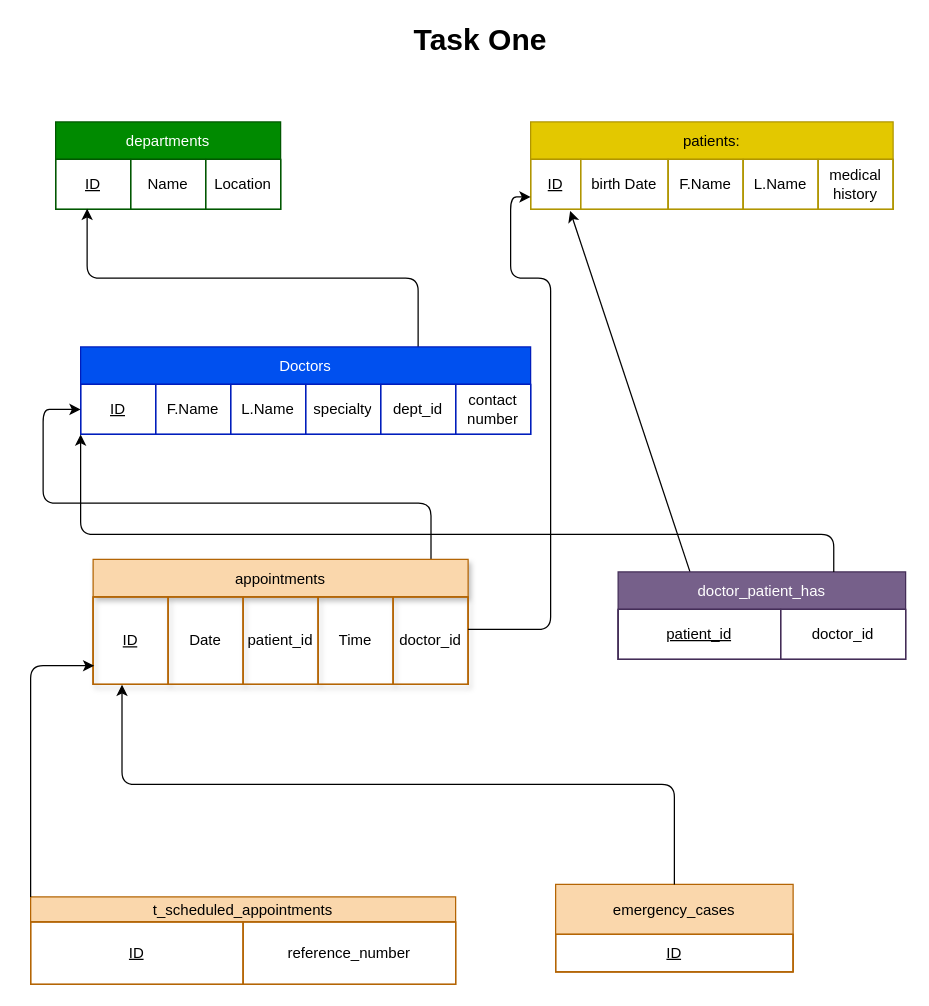
Earlier version of the draw.io diagram Mapping/task_1..drawio (mariamnabeh/Database-ERD-EERD-Models). Source tidied: cells renumbered, new cells numbered last; positions are measured from the earlier drawing's top-left corner, leaving out a move shared by most shapes. Both pictures are drawn from the tidied source at 125%, with x=0, y=0 at pixel (30, 21).
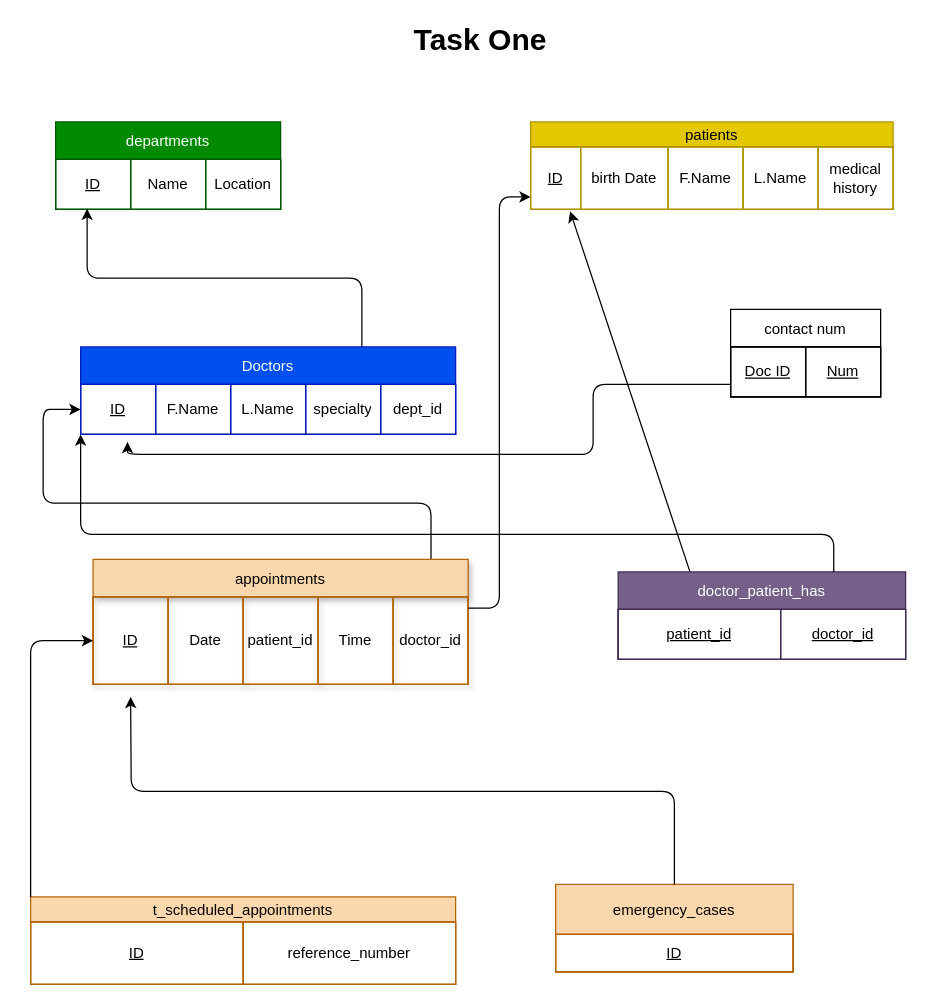
Above is the later version.

The change refers to these unchanged cells:
```xml
<mxCell id="25" style="shape=tableRow;horizontal=0;startSize=0;swimlaneHead=0;swimlaneBody=0;strokeColor=inherit;fillColor=none;fixedHeader=1;" parent="24" vertex="1">
  <mxGeometry y="30" width="230" height="40" as="geometry" />
</mxCell>
<mxCell id="31" style="shape=tableRow;horizontal=0;startSize=0;swimlaneHead=0;swimlaneBody=0;strokeColor=inherit;fillColor=none;points=[[0,0.5],[1,0.5]];portConstraint=eastwest;fixedHeader=1;" parent="30" vertex="1">
  <mxGeometry y="30" width="300" height="70" as="geometry" />
</mxCell>
<mxCell id="37" value="emergency_cases" style="shape=table;startSize=40;childLayout=tableLayout;fixedHeader=1;tableRender=collapsed;fillColor=#fad7ac;strokeColor=#b46504;" parent="1" vertex="1">
  <mxGeometry x="420" y="690" width="190" height="70" as="geometry" />
</mxCell>
<mxCell id="41" value="t_scheduled_appointments" style="shape=table;startSize=20;childLayout=tableLayout;fixedHeader=1;tableRender=collapsed;fillColor=#fad7ac;strokeColor=#b46504;" parent="1" vertex="1">
  <mxGeometry y="700" width="340" height="70" as="geometry" />
</mxCell>
```

What changed in the source:
```diff
@@
     <mxCell id="8" value="Doctors" style="shape=table;startSize=30;childLayout=tableLayout;fixedHeader=1;tableRender=collapsed;fillColor=#0050ef;fontColor=#ffffff;strokeColor=#001DBC;" parent="1" vertex="1">
-      <mxGeometry x="40" y="260" width="360" height="70" as="geometry" />
+      <mxGeometry x="40" y="260" width="300" height="70" as="geometry" />
     </mxCell>
     <mxCell id="9" style="shape=tableRow;horizontal=0;startSize=0;swimlaneHead=0;swimlaneBody=0;strokeColor=inherit;fillColor=none;points=[[0,0.5],[1,0.5]];portConstraint=eastwest;fixedHeader=1;" parent="8" vertex="1">
-      <mxGeometry y="30" width="360" height="40" as="geometry" />
+      <mxGeometry y="30" width="300" height="40" as="geometry" />
     </mxCell>
@@
-    <mxCell id="15" value="contact number" style="shape=partialRectangle;html=1;whiteSpace=wrap;strokeColor=inherit;overflow=hidden;fillColor=none;" parent="9" vertex="1">
-      <mxGeometry x="300" width="60" height="40" as="geometry" />
-    </mxCell>
-    <mxCell id="16" value="patients:" style="shape=table;startSize=30;childLayout=tableLayout;fixedHeader=1;tableRender=collapsed;fillColor=#e3c800;fontColor=#000000;strokeColor=#B09500;" parent="1" vertex="1">
+    <mxCell id="16" value="patients" style="shape=table;startSize=20;childLayout=tableLayout;fixedHeader=1;tableRender=collapsed;fillColor=#e3c800;fontColor=#000000;strokeColor=#B09500;" parent="1" vertex="1">
       <mxGeometry x="400" y="80" width="290" height="70" as="geometry" />
     </mxCell>
     <mxCell id="17" style="shape=tableRow;horizontal=0;startSize=0;swimlaneHead=0;swimlaneBody=0;strokeColor=inherit;fillColor=none;points=[[0,0.5],[1,0.5]];portConstraint=eastwest;fixedHeader=1;" parent="16" vertex="1">
-      <mxGeometry y="30" width="290" height="40" as="geometry" />
+      <mxGeometry y="20" width="290" height="50" as="geometry" />
     </mxCell>
     <mxCell id="18" value="&lt;u&gt;ID&lt;/u&gt;" style="shape=partialRectangle;html=1;whiteSpace=wrap;strokeColor=inherit;overflow=hidden;fillColor=none;" parent="17" vertex="1">
-      <mxGeometry width="40" height="40" as="geometry" />
+      <mxGeometry width="40" height="50" as="geometry" />
     </mxCell>
     <mxCell id="19" value="birth Date" style="shape=partialRectangle;html=1;whiteSpace=wrap;strokeColor=inherit;overflow=hidden;fillColor=none;" parent="17" vertex="1">
-      <mxGeometry x="40" width="70" height="40" as="geometry" />
+      <mxGeometry x="40" width="70" height="50" as="geometry" />
     </mxCell>
     <mxCell id="20" value="F.Name" style="shape=partialRectangle;html=1;whiteSpace=wrap;strokeColor=inherit;overflow=hidden;fillColor=none;" parent="17" vertex="1">
-      <mxGeometry x="110" width="60" height="40" as="geometry" />
+      <mxGeometry x="110" width="60" height="50" as="geometry" />
     </mxCell>
     <mxCell id="21" value="L.Name" style="shape=partialRectangle;html=1;whiteSpace=wrap;strokeColor=inherit;overflow=hidden;fillColor=none;" parent="17" vertex="1">
-      <mxGeometry x="170" width="60" height="40" as="geometry" />
+      <mxGeometry x="170" width="60" height="50" as="geometry" />
     </mxCell>
     <mxCell id="22" value="medical history&lt;div&gt;&lt;/div&gt;" style="shape=partialRectangle;html=1;whiteSpace=wrap;strokeColor=inherit;overflow=hidden;fillColor=none;" parent="17" vertex="1">
-      <mxGeometry x="230" width="60" height="40" as="geometry" />
+      <mxGeometry x="230" width="60" height="50" as="geometry" />
     </mxCell>
@@
-    <mxCell id="27" value="doctor_id" style="shape=partialRectangle;html=1;whiteSpace=wrap;strokeColor=inherit;overflow=hidden;fillColor=none;" parent="25" vertex="1">
+    <mxCell id="27" value="&lt;u&gt;doctor_id&lt;/u&gt;" style="shape=partialRectangle;html=1;whiteSpace=wrap;strokeColor=inherit;overflow=hidden;fillColor=none;" parent="25" vertex="1">
       <mxGeometry x="130" width="100" height="40" as="geometry" />
     </mxCell>
@@
-    <mxCell id="45" style="edgeStyle=orthogonalEdgeStyle;html=1;exitX=0;exitY=0;exitDx=0;exitDy=0;entryX=0.003;entryY=0.786;entryDx=0;entryDy=0;entryPerimeter=0;" parent="1" edge="1" source="41" target="31">
-      <mxGeometry relative="1" as="geometry" />
+    <mxCell id="45" style="edgeStyle=orthogonalEdgeStyle;html=1;exitX=0;exitY=0;exitDx=0;exitDy=0;" parent="1" edge="1" source="41" target="31">
+      <mxGeometry x="-0.07" relative="1" as="geometry" />
     </mxCell>
-    <mxCell id="46" style="edgeStyle=orthogonalEdgeStyle;html=1;exitX=0.5;exitY=0;exitDx=0;exitDy=0;entryX=0.077;entryY=1.003;entryDx=0;entryDy=0;entryPerimeter=0;" parent="1" edge="1" source="37" target="31">
-      <mxGeometry relative="1" as="geometry" />
+    <mxCell id="46" style="edgeStyle=orthogonalEdgeStyle;html=1;exitX=0.5;exitY=0;exitDx=0;exitDy=0;" parent="1" edge="1" source="37">
+      <mxGeometry relative="1" as="geometry">
+        <mxPoint x="80" y="540" as="targetPoint" />
+      </mxGeometry>
     </mxCell>
     <mxCell id="47" style="edgeStyle=orthogonalEdgeStyle;libavoidRouting=1;html=1;" parent="1" edge="1" source="31" target="17">
       <mxGeometry relative="1" as="geometry">
         <Array as="points">
-          <mxPoint x="416" y="486" />
-          <mxPoint x="416" y="205" />
-          <mxPoint x="384" y="205" />
-          <mxPoint x="384" y="140" />
+          <mxPoint x="375" y="469" />
+          <mxPoint x="375" y="140" />
         </Array>
       </mxGeometry>
     </mxCell>
+    <mxCell id="48" value="contact num" style="shape=table;startSize=30;childLayout=tableLayout;fixedHeader=1;tableRender=collapsed;" parent="1" vertex="1">
+      <mxGeometry x="560" y="230" width="120" height="70" as="geometry" />
+    </mxCell>
+    <mxCell id="49" style="shape=tableRow;horizontal=0;startSize=0;swimlaneHead=0;swimlaneBody=0;strokeColor=inherit;fillColor=none;points=[[0,0.5],[1,0.5]];portConstraint=eastwest;fixedHeader=1;" parent="48" vertex="1">
+      <mxGeometry y="30" width="120" height="40" as="geometry" />
+    </mxCell>
+    <mxCell id="50" value="&lt;u&gt;Doc ID&lt;/u&gt;" style="shape=partialRectangle;html=1;whiteSpace=wrap;strokeColor=inherit;overflow=hidden;fillColor=none;" parent="49" vertex="1">
+      <mxGeometry width="60" height="40" as="geometry" />
+    </mxCell>
+    <mxCell id="51" value="&lt;u&gt;Num&lt;/u&gt;" style="shape=partialRectangle;html=1;whiteSpace=wrap;strokeColor=inherit;overflow=hidden;fillColor=none;" parent="49" vertex="1">
+      <mxGeometry x="60" width="60" height="40" as="geometry" />
+    </mxCell>
+    <mxCell id="52" style="edgeStyle=orthogonalEdgeStyle;libavoidRouting=1;html=1;entryX=0.125;entryY=1.15;entryDx=0;entryDy=0;entryPerimeter=0;" parent="1" edge="1" source="49" target="9">
+      <mxGeometry relative="1" as="geometry">
+        <Array as="points">
+          <mxPoint x="450" y="290" />
+          <mxPoint x="450" y="346" />
+          <mxPoint x="78" y="346" />
+        </Array>
+      </mxGeometry>
+    </mxCell>
```
